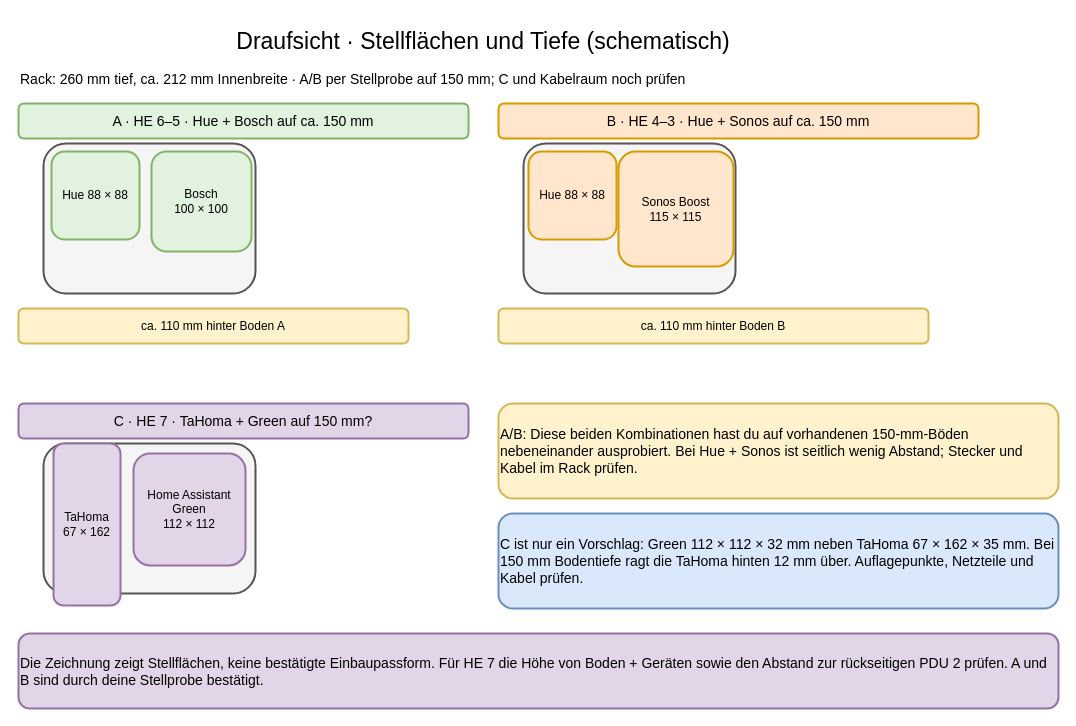
Above: page "Fachböden – Draufsicht" (2 of 4) of 10-zoll-rack-planung.drawio in tiptronic/diagrams (draw.io), before the change. Source tidied: cells renumbered, new cells numbered last; positions are measured from the earlier drawing's top-left corner, leaving out a move shared by most shapes. Both pictures are drawn from the tidied source at 100%, with x=0, y=0 at pixel (18, 18).
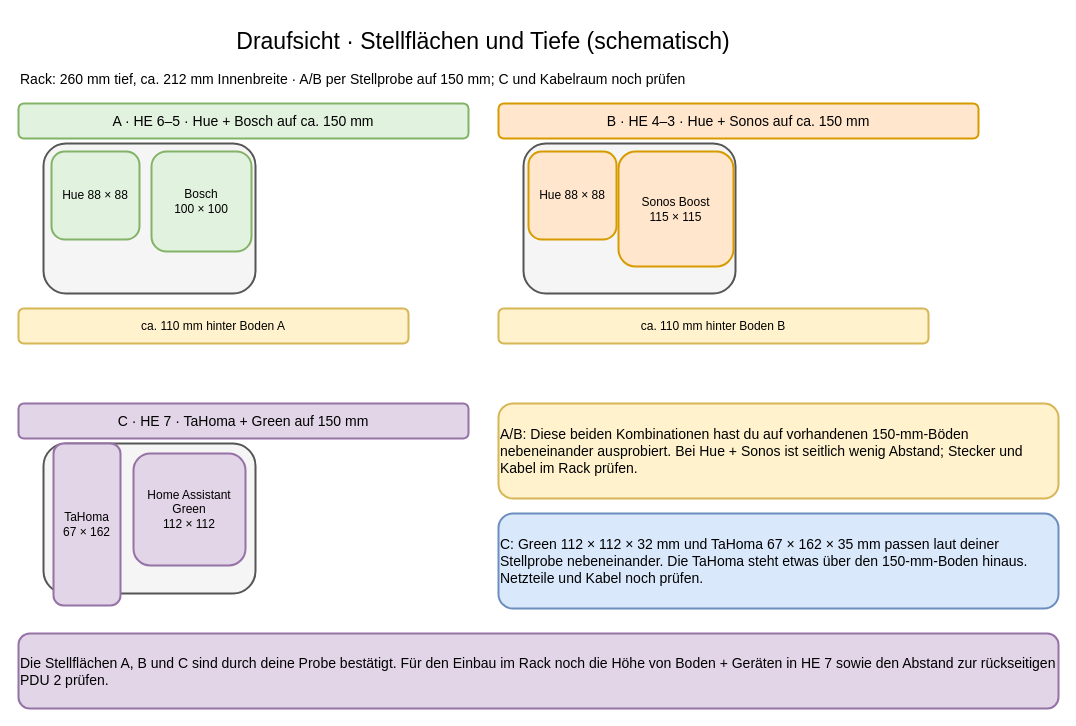
The same diagram, later.

Commit message (it also covers changes not shown here):
Confirm TaHoma and Green shelf footprint

Diff of the diagram source:
```diff
@@
-    <mxCell id="14" value="C · HE 7 · TaHoma + Green auf 150 mm?" style="rounded=1;whiteSpace=wrap;html=1;align=center;verticalAlign=middle;strokeWidth=2;fontSize=14;fillColor=#e1d5e7;strokeColor=#9673a6;" parent="1" vertex="1">
+    <mxCell id="14" value="C · HE 7 · TaHoma + Green auf 150 mm" style="rounded=1;whiteSpace=wrap;html=1;align=center;verticalAlign=middle;strokeWidth=2;fontSize=14;fillColor=#e1d5e7;strokeColor=#9673a6;" parent="1" vertex="1">
       <mxGeometry y="385" width="450" height="35" as="geometry" />
     </mxCell>
@@
-    <mxCell id="19" value="C ist nur ein Vorschlag: Green 112 × 112 × 32 mm neben TaHoma 67 × 162 × 35 mm. Bei 150 mm Bodentiefe ragt die TaHoma hinten 12 mm über. Auflagepunkte, Netzteile und Kabel prüfen." style="rounded=1;whiteSpace=wrap;html=1;align=left;verticalAlign=middle;strokeWidth=2;fontSize=14;fillColor=#dae8fc;strokeColor=#6c8ebf;" parent="1" vertex="1">
+    <mxCell id="19" value="C: Green 112 × 112 × 32 mm und TaHoma 67 × 162 × 35 mm passen laut deiner Stellprobe nebeneinander. Die TaHoma steht etwas über den 150-mm-Boden hinaus. Netzteile und Kabel noch prüfen." style="rounded=1;whiteSpace=wrap;html=1;align=left;verticalAlign=middle;strokeWidth=2;fontSize=14;fillColor=#dae8fc;strokeColor=#6c8ebf;" parent="1" vertex="1">
       <mxGeometry x="480" y="495" width="560" height="95" as="geometry" />
     </mxCell>
-    <mxCell id="20" value="Die Zeichnung zeigt Stellflächen, keine bestätigte Einbaupassform. Für HE 7 die Höhe von Boden + Geräten sowie den Abstand zur rückseitigen PDU 2 prüfen. A und B sind durch deine Stellprobe bestätigt." style="rounded=1;whiteSpace=wrap;html=1;align=left;verticalAlign=middle;strokeWidth=2;fontSize=14;fillColor=#e1d5e7;strokeColor=#9673a6;" parent="1" vertex="1">
+    <mxCell id="20" value="Die Stellflächen A, B und C sind durch deine Probe bestätigt. Für den Einbau im Rack noch die Höhe von Boden + Geräten in HE 7 sowie den Abstand zur rückseitigen PDU 2 prüfen." style="rounded=1;whiteSpace=wrap;html=1;align=left;verticalAlign=middle;strokeWidth=2;fontSize=14;fillColor=#e1d5e7;strokeColor=#9673a6;" parent="1" vertex="1">
       <mxGeometry y="615" width="1040" height="75" as="geometry" />
     </mxCell>
```
